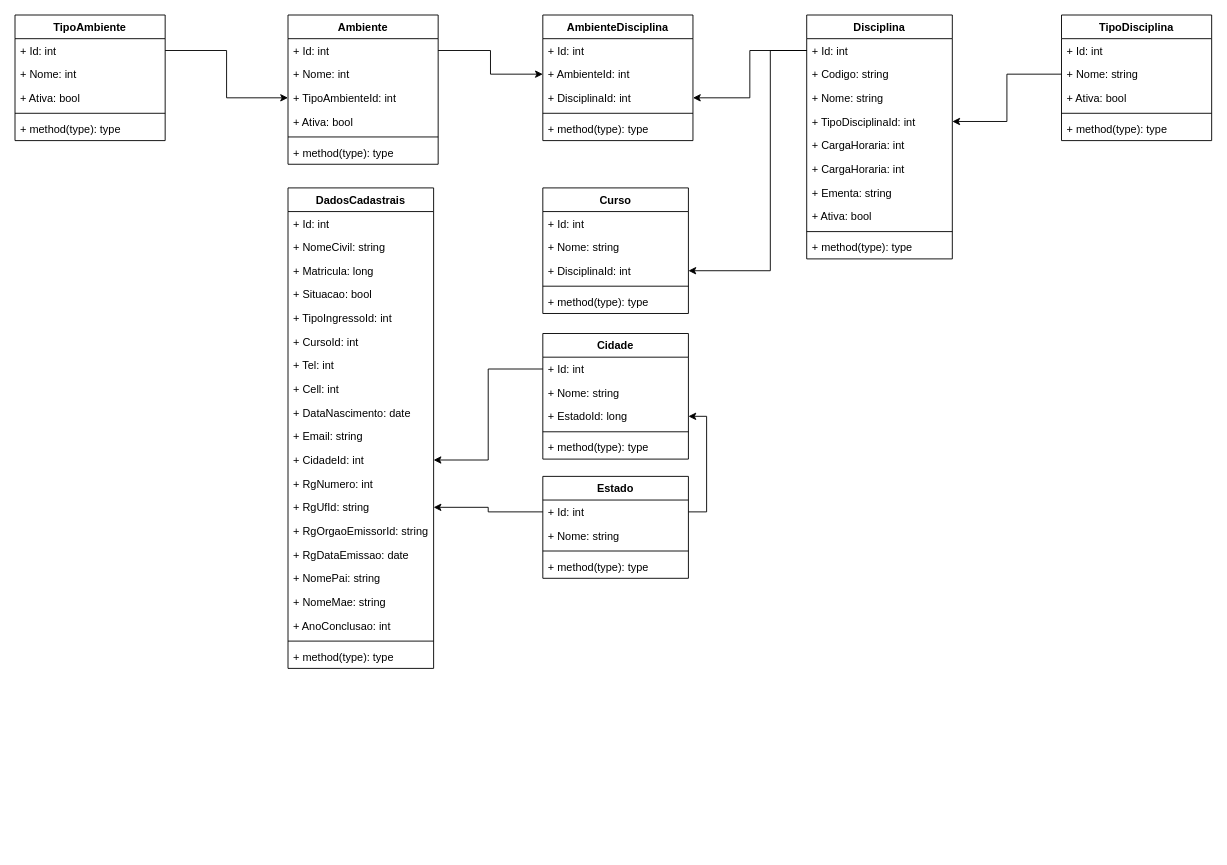
Earlier version of the draw.io diagram page "POO - Diagrama de Classe" (2 of 2) of DiagramaDeClasse.drawio (Mathschmidt/POO-Abstracao). Source tidied: cells renumbered, new cells numbered last; positions are measured from the earlier drawing's top-left corner, leaving out a move shared by most shapes. Both pictures are drawn from the tidied source at 91%, with x=0, y=0 at pixel (15, 15).
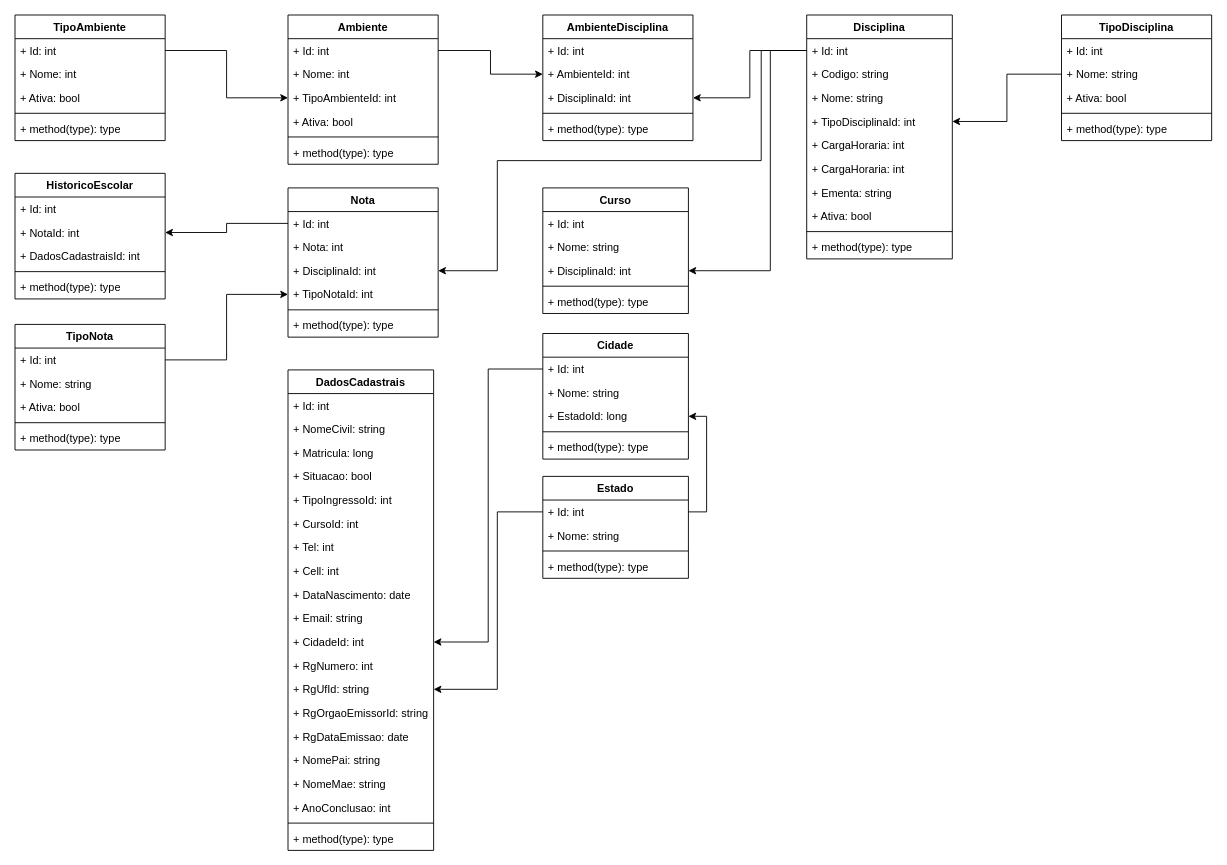
The same diagram, later.

Commit message:
CriandoParte2Academico_DiagramaDeClasse.drawio

Unchanged cells that the change refers to:
```xml
<mxCell id="3" value="+ Id: int" style="text;strokeColor=none;fillColor=none;align=left;verticalAlign=top;spacingLeft=4;spacingRight=4;overflow=hidden;points=[[0,0.5],[1,0.5]];portConstraint=eastwest;" parent="2" vertex="1">
  <mxGeometry y="26" width="160" height="26" as="geometry" />
</mxCell>
<mxCell id="55" value="+ RgUfId: string" style="text;strokeColor=none;fillColor=none;align=left;verticalAlign=top;spacingLeft=4;spacingRight=4;overflow=hidden;points=[[0,0.5],[1,0.5]];portConstraint=eastwest;" parent="42" vertex="1">
  <mxGeometry y="338" width="160" height="26" as="geometry" />
</mxCell>
<mxCell id="76" value="+ Id: int" style="text;strokeColor=none;fillColor=none;align=left;verticalAlign=top;spacingLeft=4;spacingRight=4;overflow=hidden;points=[[0,0.5],[1,0.5]];portConstraint=eastwest;" parent="75" vertex="1">
  <mxGeometry y="26" width="160" height="26" as="geometry" />
</mxCell>
```

Diff of the diagram source:
```diff
@@
     <mxCell id="42" value="DadosCadastrais" style="swimlane;fontStyle=1;align=center;verticalAlign=top;horizontal=1;startSize=26;" parent="1" vertex="1">
-      <mxGeometry x="300" y="190" width="160" height="528" as="geometry" />
+      <mxGeometry x="300" y="390" width="160" height="528" as="geometry" />
     </mxCell>
@@
     <mxCell id="82" style="edgeStyle=orthogonalEdgeStyle;rounded=0;jettySize=auto;html=1;exitX=0;exitY=0.5;exitDx=0;exitDy=0;entryX=1;entryY=0.5;entryDx=0;entryDy=0;" parent="1" edge="1" source="76" target="55">
-      <mxGeometry relative="1" as="geometry" />
+      <mxGeometry relative="1" as="geometry">
+        <Array as="points">
+          <mxPoint x="530" y="546" />
+          <mxPoint x="530" y="741" />
+        </Array>
+      </mxGeometry>
     </mxCell>
@@
+    <mxCell id="84" value="HistoricoEscolar" style="swimlane;fontStyle=1;align=center;verticalAlign=top;horizontal=1;startSize=26;" parent="1" vertex="1">
+      <mxGeometry y="174" width="165" height="138" as="geometry" />
+    </mxCell>
+    <mxCell id="85" value="+ Id: int" style="text;strokeColor=none;fillColor=none;align=left;verticalAlign=top;spacingLeft=4;spacingRight=4;overflow=hidden;" parent="84" vertex="1">
+      <mxGeometry y="26" width="165" height="26" as="geometry" />
+    </mxCell>
+    <mxCell id="86" value="+ NotaId: int" style="text;strokeColor=none;fillColor=none;align=left;verticalAlign=top;spacingLeft=4;spacingRight=4;overflow=hidden;points=[[0,0.5],[1,0.5]];portConstraint=eastwest;" parent="84" vertex="1">
+      <mxGeometry y="52" width="165" height="26" as="geometry" />
+    </mxCell>
+    <mxCell id="87" value="+ DadosCadastraisId: int" style="text;strokeColor=none;fillColor=none;align=left;verticalAlign=top;spacingLeft=4;spacingRight=4;overflow=hidden;" parent="84" vertex="1">
+      <mxGeometry y="78" width="165" height="26" as="geometry" />
+    </mxCell>
+    <mxCell id="88" style="line;strokeWidth=1;fillColor=none;align=left;verticalAlign=middle;spacingTop=-1;spacingLeft=3;spacingRight=3;labelPosition=right;" parent="84" vertex="1">
+      <mxGeometry y="104" width="165" height="8" as="geometry" />
+    </mxCell>
+    <mxCell id="89" value="+ method(type): type" style="text;strokeColor=none;fillColor=none;align=left;verticalAlign=top;spacingLeft=4;spacingRight=4;overflow=hidden;" parent="84" vertex="1">
+      <mxGeometry y="112" width="165" height="26" as="geometry" />
+    </mxCell>
+    <mxCell id="90" value="Nota" style="swimlane;fontStyle=1;align=center;verticalAlign=top;horizontal=1;startSize=26;" parent="1" vertex="1">
+      <mxGeometry x="300" y="190" width="165" height="164" as="geometry" />
+    </mxCell>
+    <mxCell id="91" value="+ Id: int" style="text;strokeColor=none;fillColor=none;align=left;verticalAlign=top;spacingLeft=4;spacingRight=4;overflow=hidden;points=[[0,0.5],[1,0.5]];portConstraint=eastwest;" parent="90" vertex="1">
+      <mxGeometry y="26" width="165" height="26" as="geometry" />
+    </mxCell>
+    <mxCell id="92" value="+ Nota: int" style="text;strokeColor=none;fillColor=none;align=left;verticalAlign=top;spacingLeft=4;spacingRight=4;overflow=hidden;" parent="90" vertex="1">
+      <mxGeometry y="52" width="165" height="26" as="geometry" />
+    </mxCell>
+    <mxCell id="93" value="+ DisciplinaId: int" style="text;strokeColor=none;fillColor=none;align=left;verticalAlign=top;spacingLeft=4;spacingRight=4;overflow=hidden;points=[[0,0.5],[1,0.5]];portConstraint=eastwest;" parent="90" vertex="1">
+      <mxGeometry y="78" width="165" height="26" as="geometry" />
+    </mxCell>
+    <mxCell id="94" value="+ TipoNotaId: int" style="text;strokeColor=none;fillColor=none;align=left;verticalAlign=top;spacingLeft=4;spacingRight=4;overflow=hidden;points=[[0,0.5],[1,0.5]];portConstraint=eastwest;" parent="90" vertex="1">
+      <mxGeometry y="104" width="165" height="26" as="geometry" />
+    </mxCell>
+    <mxCell id="95" style="line;strokeWidth=1;fillColor=none;align=left;verticalAlign=middle;spacingTop=-1;spacingLeft=3;spacingRight=3;labelPosition=right;" parent="90" vertex="1">
+      <mxGeometry y="130" width="165" height="8" as="geometry" />
+    </mxCell>
+    <mxCell id="96" value="+ method(type): type" style="text;strokeColor=none;fillColor=none;align=left;verticalAlign=top;spacingLeft=4;spacingRight=4;overflow=hidden;" parent="90" vertex="1">
+      <mxGeometry y="138" width="165" height="26" as="geometry" />
+    </mxCell>
+    <mxCell id="97" value="TipoNota" style="swimlane;fontStyle=1;align=center;verticalAlign=top;horizontal=1;startSize=26;" parent="1" vertex="1">
+      <mxGeometry y="340" width="165" height="138" as="geometry" />
+    </mxCell>
+    <mxCell id="98" value="+ Id: int" style="text;strokeColor=none;fillColor=none;align=left;verticalAlign=top;spacingLeft=4;spacingRight=4;overflow=hidden;points=[[0,0.5],[1,0.5]];portConstraint=eastwest;" parent="97" vertex="1">
+      <mxGeometry y="26" width="165" height="26" as="geometry" />
+    </mxCell>
+    <mxCell id="99" value="+ Nome: string" style="text;strokeColor=none;fillColor=none;align=left;verticalAlign=top;spacingLeft=4;spacingRight=4;overflow=hidden;" parent="97" vertex="1">
+      <mxGeometry y="52" width="165" height="26" as="geometry" />
+    </mxCell>
+    <mxCell id="100" value="+ Ativa: bool" style="text;strokeColor=none;fillColor=none;align=left;verticalAlign=top;spacingLeft=4;spacingRight=4;overflow=hidden;" parent="97" vertex="1">
+      <mxGeometry y="78" width="165" height="26" as="geometry" />
+    </mxCell>
+    <mxCell id="101" style="line;strokeWidth=1;fillColor=none;align=left;verticalAlign=middle;spacingTop=-1;spacingLeft=3;spacingRight=3;labelPosition=right;" parent="97" vertex="1">
+      <mxGeometry y="104" width="165" height="8" as="geometry" />
+    </mxCell>
+    <mxCell id="102" value="+ method(type): type" style="text;strokeColor=none;fillColor=none;align=left;verticalAlign=top;spacingLeft=4;spacingRight=4;overflow=hidden;" parent="97" vertex="1">
+      <mxGeometry y="112" width="165" height="26" as="geometry" />
+    </mxCell>
+    <mxCell id="103" style="edgeStyle=orthogonalEdgeStyle;rounded=0;jettySize=auto;html=1;exitX=0;exitY=0.5;exitDx=0;exitDy=0;entryX=1;entryY=0.5;entryDx=0;entryDy=0;" parent="1" edge="1" source="91" target="86">
+      <mxGeometry relative="1" as="geometry" />
+    </mxCell>
+    <mxCell id="104" style="edgeStyle=orthogonalEdgeStyle;rounded=0;jettySize=auto;html=1;exitX=1;exitY=0.5;exitDx=0;exitDy=0;entryX=0;entryY=0.5;entryDx=0;entryDy=0;" parent="1" edge="1" source="98" target="94">
+      <mxGeometry relative="1" as="geometry" />
+    </mxCell>
+    <mxCell id="105" style="edgeStyle=orthogonalEdgeStyle;rounded=0;jettySize=auto;html=1;exitX=0;exitY=0.5;exitDx=0;exitDy=0;entryX=1;entryY=0.5;entryDx=0;entryDy=0;" parent="1" edge="1" source="3" target="93">
+      <mxGeometry relative="1" as="geometry">
+        <Array as="points">
+          <mxPoint x="820" y="39" />
+          <mxPoint x="820" y="160" />
+          <mxPoint x="530" y="160" />
+          <mxPoint x="530" y="281" />
+        </Array>
+      </mxGeometry>
+    </mxCell>
```
